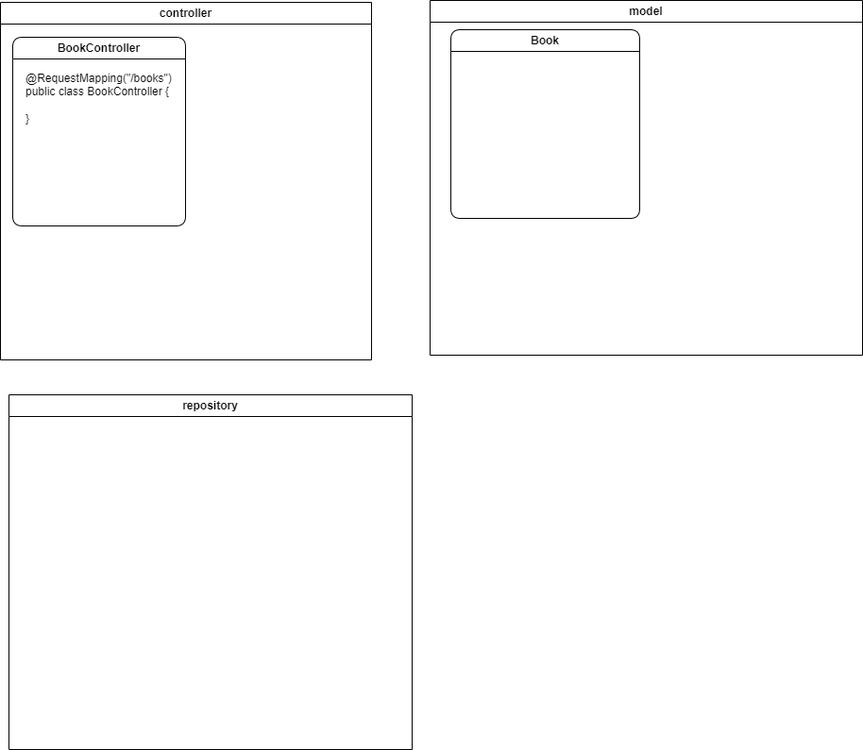
Before: backend/src/main/resources/Components Diagram.drawio.png, a diagram exported from draw.io (tathienbao/Backend-BookReview). Source tidied: cells renumbered, new cells last; positions are measured from the earlier drawing's top-left corner, leaving out a move shared by most shapes. Source of this version:
```xml
<mxGraphModel>
  <root>
    <mxCell id="0" />
    <mxCell id="1" parent="0" />
    <mxCell id="2" value="controller" style="swimlane;whiteSpace=wrap;html=1;" parent="1" vertex="1">
      <mxGeometry y="2" width="393" height="379" as="geometry" />
    </mxCell>
    <mxCell id="3" value="BookController" style="swimlane;whiteSpace=wrap;html=1;rounded=1;swimlaneLine=1;" parent="2" vertex="1">
      <mxGeometry x="13" y="37" width="183" height="200" as="geometry" />
    </mxCell>
    <mxCell id="4" value="@RequestMapping(&quot;/books&quot;)&lt;div&gt;public class BookController {&lt;/div&gt;&lt;div&gt;&lt;span style=&quot;background-color: initial;&quot;&gt;&lt;br&gt;&lt;/span&gt;&lt;/div&gt;&lt;div&gt;&lt;span style=&quot;background-color: initial;&quot;&gt;}&lt;/span&gt;&lt;/div&gt;" style="text;html=1;align=left;verticalAlign=middle;strokeColor=none;fillColor=none;" parent="3" vertex="1">
      <mxGeometry x="12" y="30" width="173" height="70" as="geometry" />
    </mxCell>
    <mxCell id="5" value="model" style="swimlane;whiteSpace=wrap;html=1;startSize=23;" parent="1" vertex="1">
      <mxGeometry x="455" width="458" height="376" as="geometry" />
    </mxCell>
    <mxCell id="6" value="Book" style="swimlane;whiteSpace=wrap;html=1;rounded=1;" parent="5" vertex="1">
      <mxGeometry x="22" y="31" width="200" height="200" as="geometry" />
    </mxCell>
    <mxCell id="7" value="repository" style="swimlane;whiteSpace=wrap;html=1;startSize=23;" parent="1" vertex="1">
      <mxGeometry x="9" y="418" width="427" height="376" as="geometry" />
    </mxCell>
  </root>
</mxGraphModel>
```
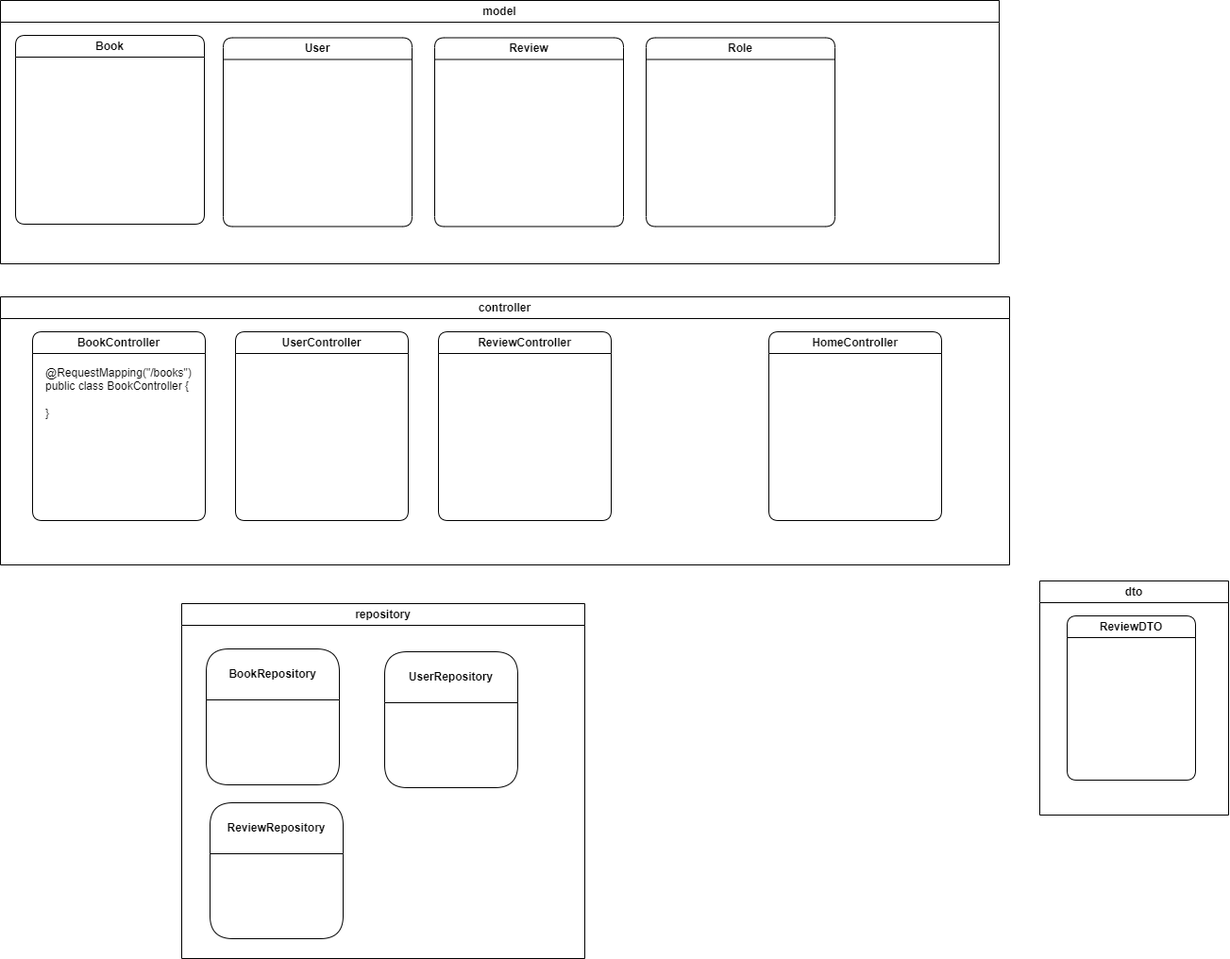
After the change.

What changed in the source:
```diff
@@ -3,22 +3,55 @@
     <mxCell id="0" />
     <mxCell id="1" parent="0" />
     <mxCell id="2" value="controller" style="swimlane;whiteSpace=wrap;html=1;" parent="1" vertex="1">
-      <mxGeometry y="2" width="393" height="379" as="geometry" />
+      <mxGeometry x="-36" y="-720" width="1069" height="284" as="geometry" />
     </mxCell>
     <mxCell id="3" value="BookController" style="swimlane;whiteSpace=wrap;html=1;rounded=1;swimlaneLine=1;" parent="2" vertex="1">
-      <mxGeometry x="13" y="37" width="183" height="200" as="geometry" />
+      <mxGeometry x="34" y="37" width="183" height="200" as="geometry" />
     </mxCell>
     <mxCell id="4" value="@RequestMapping(&quot;/books&quot;)&lt;div&gt;public class BookController {&lt;/div&gt;&lt;div&gt;&lt;span style=&quot;background-color: initial;&quot;&gt;&lt;br&gt;&lt;/span&gt;&lt;/div&gt;&lt;div&gt;&lt;span style=&quot;background-color: initial;&quot;&gt;}&lt;/span&gt;&lt;/div&gt;" style="text;html=1;align=left;verticalAlign=middle;strokeColor=none;fillColor=none;" parent="3" vertex="1">
       <mxGeometry x="12" y="30" width="173" height="70" as="geometry" />
     </mxCell>
+    <mxCell id="8" value="HomeController" style="swimlane;whiteSpace=wrap;html=1;rounded=1;swimlaneLine=1;" parent="2" vertex="1">
+      <mxGeometry x="814" y="37" width="183" height="200" as="geometry" />
+    </mxCell>
+    <mxCell id="9" value="ReviewController" style="swimlane;whiteSpace=wrap;html=1;rounded=1;swimlaneLine=1;" parent="2" vertex="1">
+      <mxGeometry x="464" y="37" width="183" height="200" as="geometry" />
+    </mxCell>
+    <mxCell id="10" value="UserController" style="swimlane;whiteSpace=wrap;html=1;rounded=1;swimlaneLine=1;" parent="2" vertex="1">
+      <mxGeometry x="249" y="37" width="183" height="200" as="geometry" />
+    </mxCell>
     <mxCell id="5" value="model" style="swimlane;whiteSpace=wrap;html=1;startSize=23;" parent="1" vertex="1">
-      <mxGeometry x="455" width="458" height="376" as="geometry" />
+      <mxGeometry x="-36" y="-1034" width="1058" height="279" as="geometry" />
     </mxCell>
-    <mxCell id="6" value="Book" style="swimlane;whiteSpace=wrap;html=1;rounded=1;" parent="5" vertex="1">
-      <mxGeometry x="22" y="31" width="200" height="200" as="geometry" />
+    <mxCell id="6" value="Book" style="swimlane;whiteSpace=wrap;html=1;rounded=1;startSize=23;" parent="5" vertex="1">
+      <mxGeometry x="16" y="37" width="200" height="200" as="geometry" />
     </mxCell>
+    <mxCell id="11" value="User" style="swimlane;whiteSpace=wrap;html=1;rounded=1;startSize=23;" parent="5" vertex="1">
+      <mxGeometry x="236" y="39.5" width="200" height="200" as="geometry" />
+    </mxCell>
+    <mxCell id="12" value="Review" style="swimlane;whiteSpace=wrap;html=1;rounded=1;startSize=23;" parent="5" vertex="1">
+      <mxGeometry x="460" y="39.5" width="200" height="200" as="geometry" />
+    </mxCell>
+    <mxCell id="13" value="Role" style="swimlane;whiteSpace=wrap;html=1;rounded=1;startSize=23;" parent="5" vertex="1">
+      <mxGeometry x="684" y="39.5" width="200" height="200" as="geometry" />
+    </mxCell>
     <mxCell id="7" value="repository" style="swimlane;whiteSpace=wrap;html=1;startSize=23;" parent="1" vertex="1">
-      <mxGeometry x="9" y="418" width="427" height="376" as="geometry" />
+      <mxGeometry x="156" y="-395" width="427" height="376" as="geometry" />
     </mxCell>
+    <mxCell id="14" value="BookRepository" style="swimlane;whiteSpace=wrap;html=1;rounded=1;startSize=54;" parent="7" vertex="1">
+      <mxGeometry x="26" y="48" width="141" height="144" as="geometry" />
+    </mxCell>
+    <mxCell id="15" value="UserRepository" style="swimlane;whiteSpace=wrap;html=1;rounded=1;startSize=54;" parent="7" vertex="1">
+      <mxGeometry x="215" y="51" width="141" height="144" as="geometry" />
+    </mxCell>
+    <mxCell id="16" value="ReviewRepository" style="swimlane;whiteSpace=wrap;html=1;rounded=1;startSize=54;" parent="7" vertex="1">
+      <mxGeometry x="30" y="211" width="141" height="144" as="geometry" />
+    </mxCell>
+    <mxCell id="17" value="dto" style="swimlane;whiteSpace=wrap;html=1;" parent="1" vertex="1">
+      <mxGeometry x="1065" y="-419" width="200" height="248" as="geometry" />
+    </mxCell>
+    <mxCell id="18" value="ReviewDTO" style="swimlane;whiteSpace=wrap;html=1;rounded=1;startSize=23;" parent="17" vertex="1">
+      <mxGeometry x="29" y="37" width="136" height="174" as="geometry" />
+    </mxCell>
   </root>
 </mxGraphModel>
```
